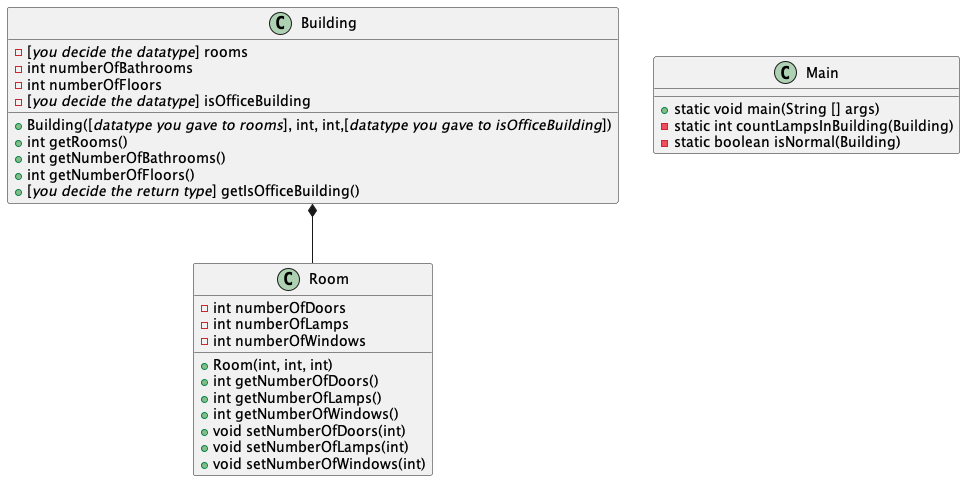
Above: doc/classdiagram.png in Mikkel-ao/Torsdagsopgaver-5---Files-and-Composition (PlantUML), before the change. The source it was exported from:
```plantuml
@startuml

class Room
class Building



class Room{
- int numberOfDoors
- int numberOfLamps
- int numberOfWindows
+ Room(int, int, int)
+ int getNumberOfDoors()
+ int getNumberOfLamps()
+ int getNumberOfWindows()
+ void setNumberOfDoors(int)
+ void setNumberOfLamps(int)
+ void setNumberOfWindows(int)
}
class Building{
- [//you decide the datatype//] rooms
- int numberOfBathrooms
- int numberOfFloors
- [//you decide the datatype//] isOfficeBuilding

+ Building([//datatype you gave to rooms//], int, int,[//datatype you gave to isOfficeBuilding//])
+ int getRooms()
+ int getNumberOfBathrooms()
+ int getNumberOfFloors()
+ [//you decide the return type//] getIsOfficeBuilding()
}
class Main{
+ static void main(String [] args)
- static int countLampsInBuilding(Building)
- static boolean isNormal(Building)
}
Building *-- Room

@enduml
```
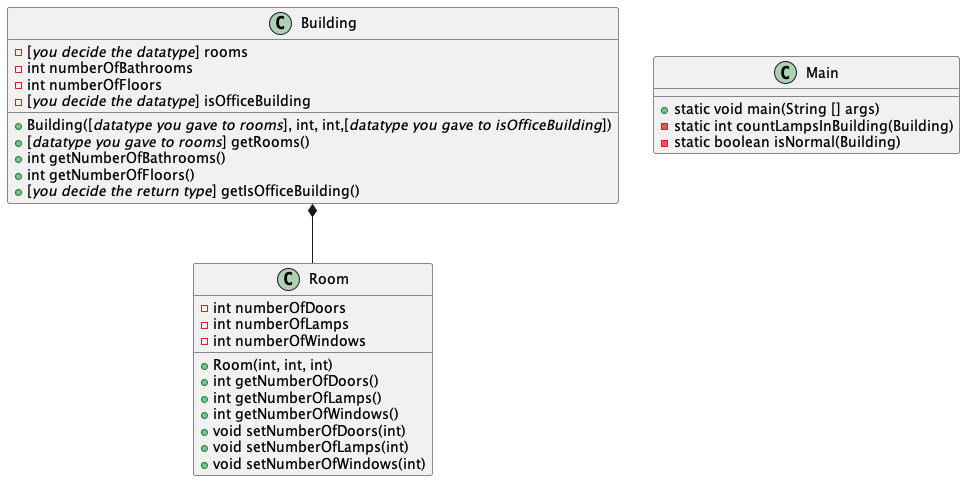
Later version of the same file.

Change to the diagram source:
```diff
@@ -24,7 +24,7 @@
 - [//you decide the datatype//] isOfficeBuilding
 
 + Building([//datatype you gave to rooms//], int, int,[//datatype you gave to isOfficeBuilding//])
-+ int getRooms()
++ [//datatype you gave to rooms//] getRooms()
 + int getNumberOfBathrooms()
 + int getNumberOfFloors()
 + [//you decide the return type//] getIsOfficeBuilding()
```
